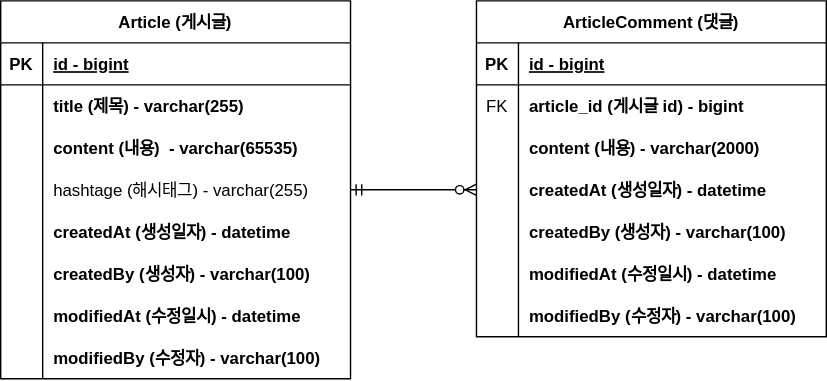
This is document/project-board-erd.svg from Jaeseon95/fastcampust-project-board, a draw.io export, as it was before one commit. Source tidied: cells renumbered, new cells last; positions are measured from the earlier drawing's top-left corner, leaving out a move shared by most shapes.
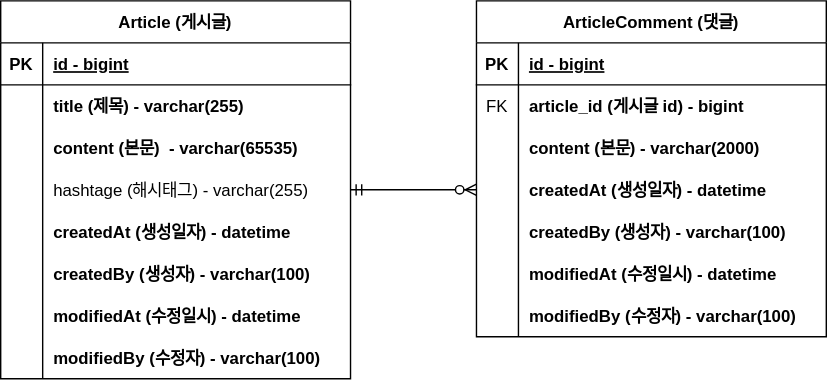
The same file after the commit.

The edit, as a diff of the source:
```diff
@@ -29,7 +29,7 @@
     <mxCell id="10" style="shape=partialRectangle;overflow=hidden;fillColor=none;top=0;left=0;bottom=0;right=0;" parent="9" vertex="1">
       <mxGeometry width="30" height="30" as="geometry" />
     </mxCell>
-    <mxCell id="11" value="content (내용)  - varchar(65535)" style="shape=partialRectangle;overflow=hidden;fillColor=none;top=0;left=0;bottom=0;right=0;align=left;spacingLeft=6;fontStyle=1;" parent="9" vertex="1">
+    <mxCell id="11" value="content (본문)  - varchar(65535)" style="shape=partialRectangle;overflow=hidden;fillColor=none;top=0;left=0;bottom=0;right=0;align=left;spacingLeft=6;fontStyle=1;" parent="9" vertex="1">
       <mxGeometry x="30" width="220" height="30" as="geometry" />
     </mxCell>
     <mxCell id="12" style="shape=partialRectangle;fillColor=none;points=[[0,0.5],[1,0.5]];portConstraint=eastwest;top=0;left=0;right=0;bottom=0;" parent="2" vertex="1">
@@ -104,7 +104,7 @@
     <mxCell id="35" style="shape=partialRectangle;overflow=hidden;fillColor=none;top=0;left=0;bottom=0;right=0;" parent="34" vertex="1">
       <mxGeometry width="30" height="30" as="geometry" />
     </mxCell>
-    <mxCell id="36" value="content (내용) - varchar(2000)" style="shape=partialRectangle;overflow=hidden;fillColor=none;top=0;left=0;bottom=0;right=0;align=left;spacingLeft=6;fontStyle=1;" parent="34" vertex="1">
+    <mxCell id="36" value="content (본문) - varchar(2000)" style="shape=partialRectangle;overflow=hidden;fillColor=none;top=0;left=0;bottom=0;right=0;align=left;spacingLeft=6;fontStyle=1;" parent="34" vertex="1">
       <mxGeometry x="30" width="220" height="30" as="geometry" />
     </mxCell>
     <mxCell id="37" style="shape=partialRectangle;fillColor=none;points=[[0,0.5],[1,0.5]];portConstraint=eastwest;top=0;left=0;right=0;bottom=0;" parent="27" vertex="1">
```
